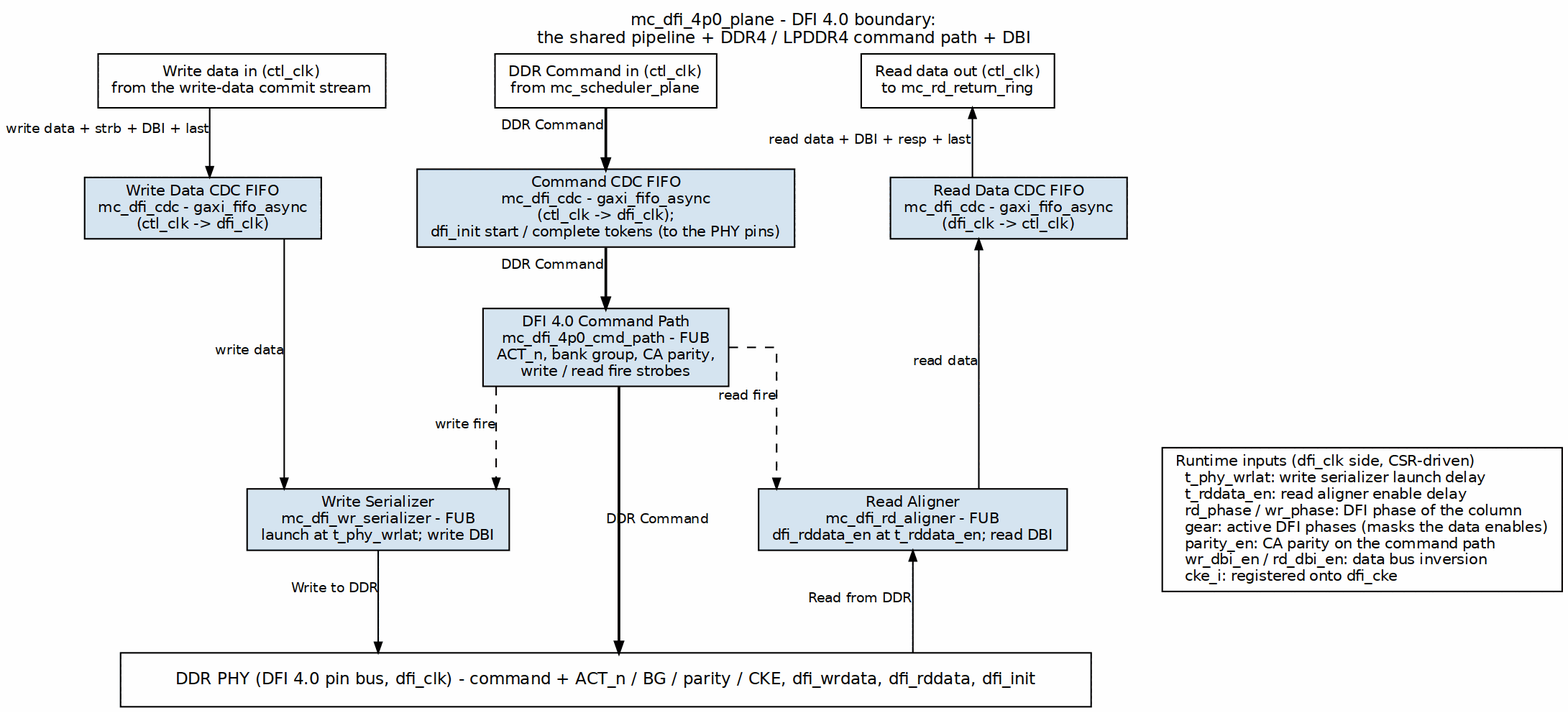
Earlier version of the Graphviz export projects/components/mem-ctrl-ip/common-ip/docs/common_mas/assets/graphviz/08_mc_dfi_4p0_plane.png (sean-galloway/RTLDesignSherpa). Its source is kept beside it as projects/components/mem-ctrl-ip/common-ip/docs/common_mas/assets/graphviz/08_mc_dfi_4p0_plane.dot.
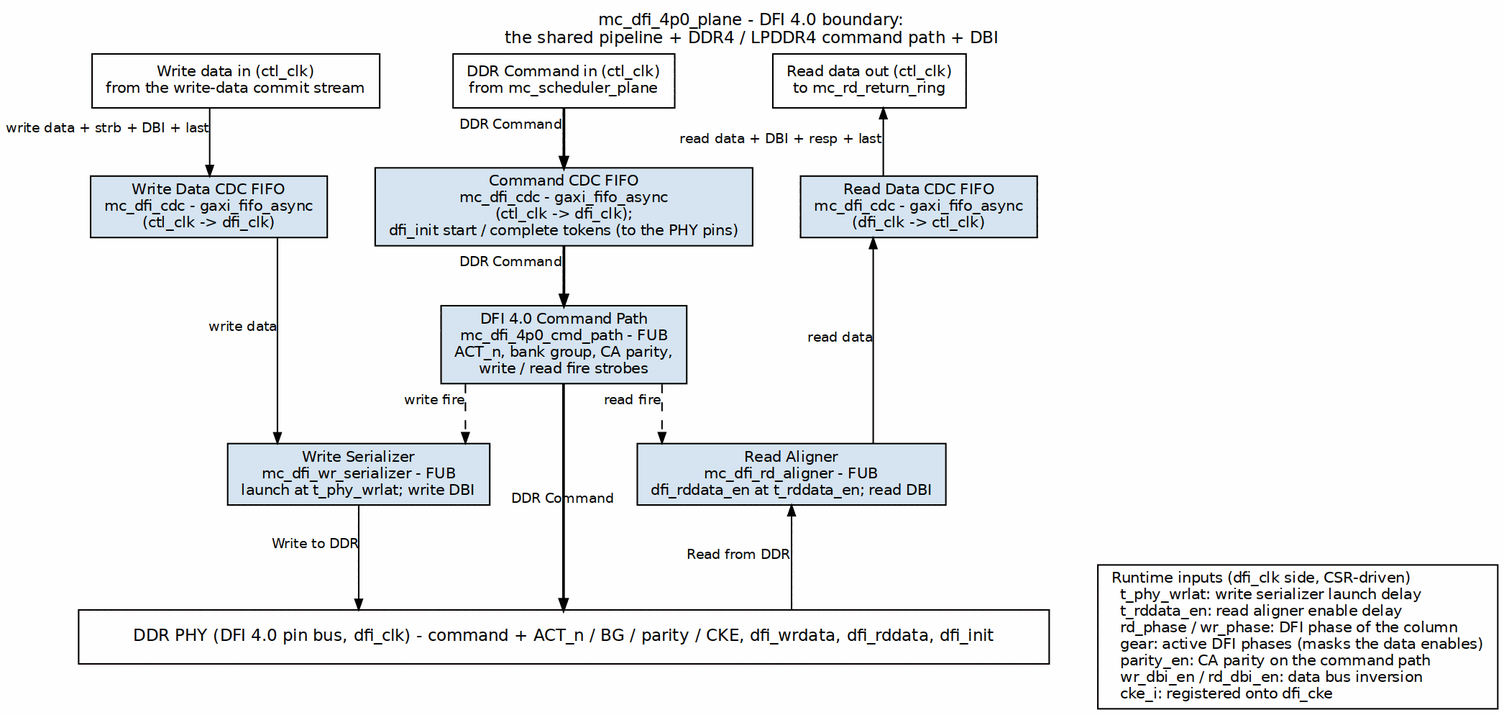
The same diagram one commit later.

The edit, as a diff of the source:
```diff
@@ -9,7 +9,6 @@
     p_wd  [label="Write data in (ctl_clk)\nfrom the write-data commit stream", fillcolor="white"];
     p_cmd [label="DDR Command in (ctl_clk)\nfrom mc_scheduler_plane", fillcolor="white"];
     p_rd  [label="Read data out (ctl_clk)\nto mc_rd_return_ring", fillcolor="white"];
-    legend [label="Runtime inputs (dfi_clk side, CSR-driven)\l  t_phy_wrlat: write serializer launch delay\l  t_rddata_en: read aligner enable delay\l  rd_phase / wr_phase: DFI phase of the column\l  gear: active DFI phases (masks the data enables)\l  parity_en: CA parity on the command path\l  wr_dbi_en / rd_dbi_en: data bus inversion\l  cke_i: registered onto dfi_cke\l", fillcolor="white"];
 
     cdc_wd  [label="Write Data CDC FIFO\nmc_dfi_cdc - gaxi_fifo_async\n(ctl_clk -> dfi_clk)"];
     cdc_cmd [label="Command CDC FIFO\nmc_dfi_cdc - gaxi_fifo_async\n(ctl_clk -> dfi_clk);\ndfi_init start / complete tokens (to the PHY pins)"];
@@ -19,7 +18,8 @@
     wr_ser   [label="Write Serializer\nmc_dfi_wr_serializer - FUB\nlaunch at t_phy_wrlat; write DBI"];
     rd_al    [label="Read Aligner\nmc_dfi_rd_aligner - FUB\ndfi_rddata_en at t_rddata_en; read DBI"];
 
-    bar [label="DDR PHY (DFI 4.0 pin bus, dfi_clk) - command + ACT_n / BG / parity / CKE, dfi_wrdata, dfi_rddata, dfi_init", fillcolor="white", width=9, height=0.5, fontsize=11];
+    bar    [label="DDR PHY (DFI 4.0 pin bus, dfi_clk) - command + ACT_n / BG / parity / CKE, dfi_wrdata, dfi_rddata, dfi_init", fillcolor="white", width=9, height=0.5, fontsize=11];
+    legend [label="Runtime inputs (dfi_clk side, CSR-driven)\l  t_phy_wrlat: write serializer launch delay\l  t_rddata_en: read aligner enable delay\l  rd_phase / wr_phase: DFI phase of the column\l  gear: active DFI phases (masks the data enables)\l  parity_en: CA parity on the command path\l  wr_dbi_en / rd_dbi_en: data bus inversion\l  cke_i: registered onto dfi_cke\l", fillcolor="white"];
 
     p_wd   -> cdc_wd [xlabel="write data + strb + DBI + last"];
     cdc_wd -> wr_ser [xlabel="write data"];
@@ -27,18 +27,20 @@
 
     p_cmd    -> cdc_cmd  [penwidth=1.8, xlabel="DDR Command"];
     cdc_cmd  -> cmd_path [penwidth=1.8, xlabel="DDR Command"];
-    cmd_path -> bar      [penwidth=1.8, label="DDR Command"];
+    cmd_path -> bar      [penwidth=1.8, xlabel="DDR Command"];
     cmd_path -> wr_ser   [style=dashed, xlabel="write fire"];
     cmd_path -> rd_al    [style=dashed, xlabel="read fire"];
 
+    rd_al  -> bar    [dir=back, xlabel="Read from DDR"];
+    cdc_rd -> rd_al  [dir=back, xlabel="read data"];
     p_rd   -> cdc_rd [dir=back, xlabel="read data + DBI + resp + last"];
-    cdc_rd -> rd_al  [dir=back, xlabel="read data"];
-    rd_al  -> bar    [dir=back, xlabel="Read from DDR"];
 
     { rank=same; p_wd; p_cmd; p_rd;  }
     { rank=same; cdc_wd; cdc_cmd; cdc_rd;  }
-    { rank=same; wr_ser; rd_al; legend; }
+    { rank=same; wr_ser; rd_al; }
+    { rank=same; bar; legend; }
     p_wd -> p_cmd -> p_rd [style=invis];
     cdc_wd -> cdc_cmd -> cdc_rd [style=invis];
-    wr_ser -> rd_al -> legend [style=invis];
+    wr_ser -> rd_al [style=invis];
+    bar -> legend [style=invis];
 }
```
